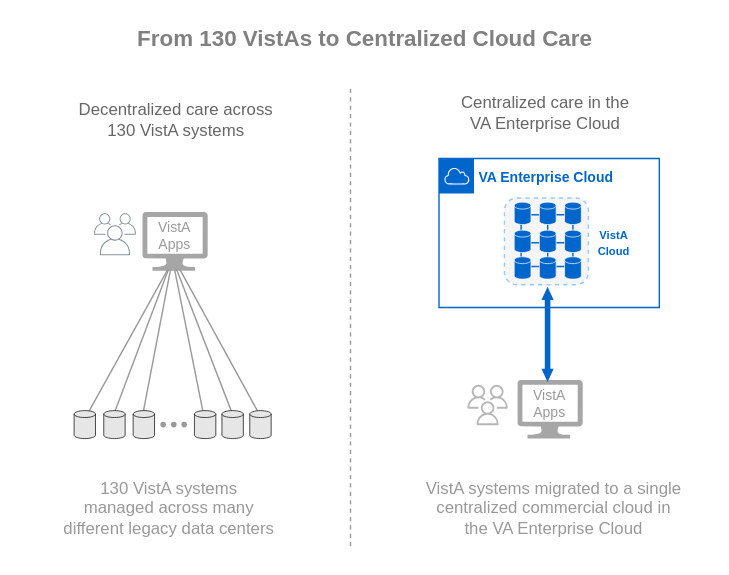
This is img/vista-to-vaec.svg from cloudvista/vaa, a draw.io export, as it was before one commit. Source tidied: cells renumbered, new cells last; positions are measured from the earlier drawing's top-left corner, leaving out a move shared by most shapes.
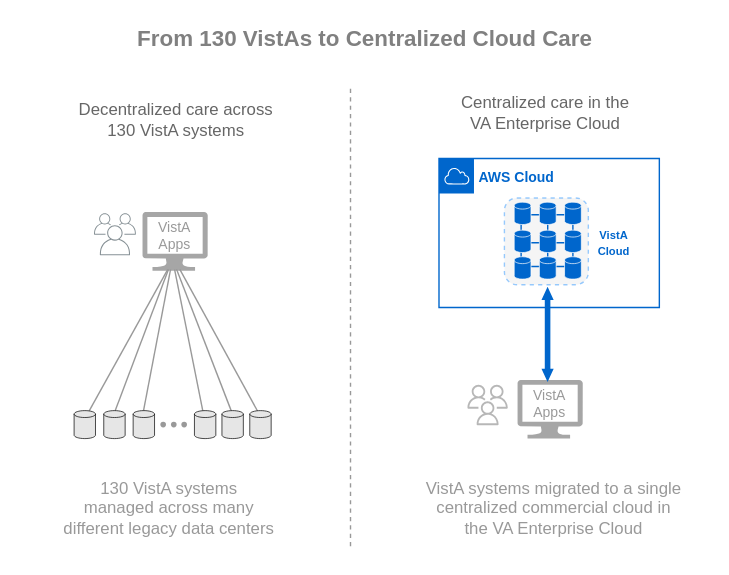
The same file after the commit.

Change to the diagram source:
```diff
@@ -113,8 +113,8 @@
     <mxCell id="32" style="ellipse;whiteSpace=wrap;html=1;fillColor=#999999;strokeColor=none;" parent="1" vertex="1">
       <mxGeometry x="129.1" y="301" width="4" height="4" as="geometry" />
     </mxCell>
-    <mxCell id="33" value="&lt;b style=&quot;font-size: 10px;&quot;&gt;&lt;font style=&quot;font-size: 10px;&quot;&gt;VA Enterprise Cloud&lt;/font&gt;&lt;/b&gt;" style="text;html=1;align=left;verticalAlign=middle;strokeColor=none;fillColor=none;fontColor=#0066CC;labelBackgroundColor=default;fontSize=10;" parent="1" vertex="1">
-      <mxGeometry x="340" y="111" width="120" height="30" as="geometry" />
+    <mxCell id="33" value="&lt;b style=&quot;font-size: 10px;&quot;&gt;&lt;font style=&quot;font-size: 10px;&quot;&gt;AWS Cloud&lt;/font&gt;&lt;/b&gt;" style="text;html=1;align=left;verticalAlign=middle;strokeColor=none;fillColor=none;fontColor=#0066CC;labelBackgroundColor=default;fontSize=10;" parent="1" vertex="1">
+      <mxGeometry x="340" y="111" width="80" height="30" as="geometry" />
     </mxCell>
     <mxCell id="34" style="rounded=1;whiteSpace=wrap;html=1;strokeColor=#007FFF;fontColor=#999999;fillColor=#E6E6E6;opacity=40;dashed=1;" parent="1" vertex="1">
       <mxGeometry x="360" y="141" width="60" height="62" as="geometry" />
```
